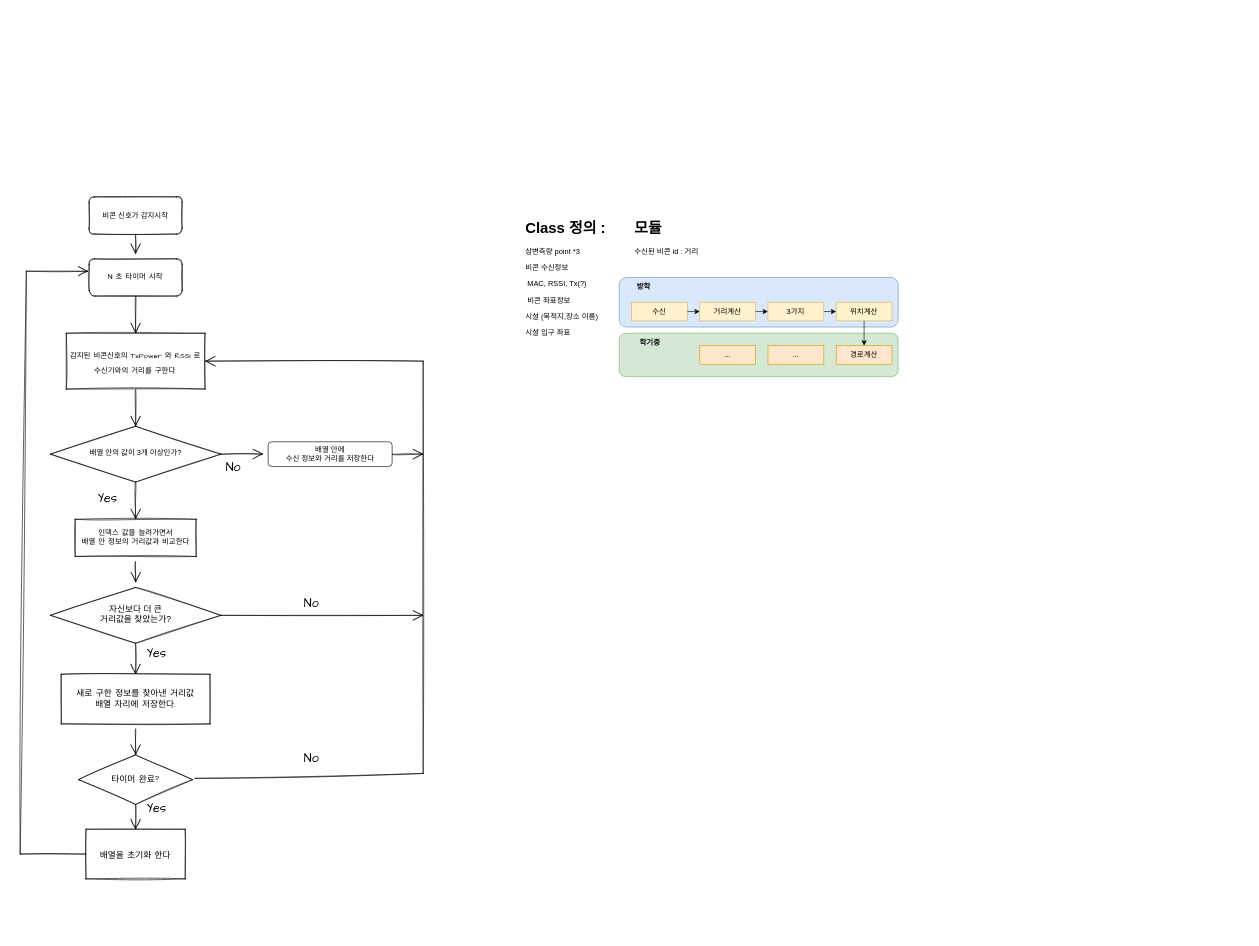
This is Untitled Diagram.drawio from alalai012/Memo, a draw.io file, before an edit. Source tidied: cells renumbered, new cells numbered last; positions are measured from the earlier drawing's top-left corner, leaving out a move shared by most shapes. Both pictures are drawn from the tidied source at 62%, with x=0, y=0 at pixel (20, 197).
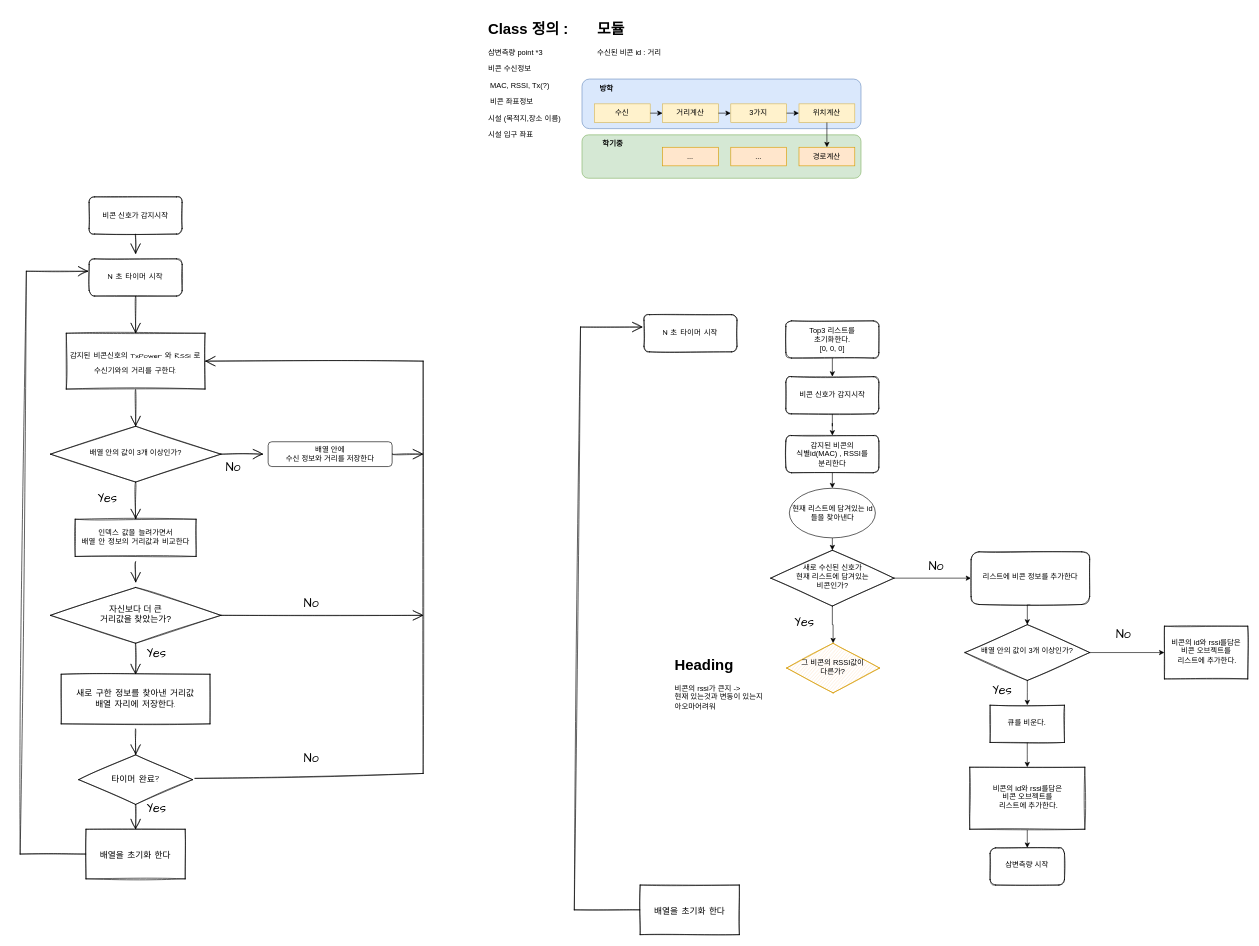
The same diagram, later.

Commit message:
오류 수정중.drawio

The edit, as a diff of the source:
```diff
@@
     <mxCell id="2" style="rounded=1;whiteSpace=wrap;html=1;fillColor=#d5e8d4;strokeColor=#82b366;" parent="1" vertex="1">
-      <mxGeometry x="966.2" y="220" width="450" height="70" as="geometry" />
+      <mxGeometry x="906.2" y="-100" width="450" height="70" as="geometry" />
     </mxCell>
     <mxCell id="3" style="rounded=1;whiteSpace=wrap;html=1;fillColor=#dae8fc;strokeColor=#6c8ebf;" parent="1" vertex="1">
-      <mxGeometry x="966.2" y="130" width="450" height="80" as="geometry" />
+      <mxGeometry x="906.2" y="-190" width="450" height="80" as="geometry" />
     </mxCell>
@@
     <mxCell id="34" value="&lt;h1&gt;Class 정의 :&lt;/h1&gt;&lt;p&gt;삼변측량 point *3&lt;/p&gt;&lt;p&gt;비콘 수신정보&lt;/p&gt;&lt;p&gt;&lt;span style=&quot;white-space: pre&quot;&gt; &lt;/span&gt;MAC, RSSI, Tx(?)&lt;br&gt;&lt;/p&gt;&lt;p&gt;&lt;span style=&quot;white-space: pre&quot;&gt; &lt;/span&gt;비콘 좌표정보&lt;br&gt;&lt;/p&gt;&lt;p&gt;시설 (목적지,장소 이름)&lt;/p&gt;&lt;p&gt;시설 입구 좌표&lt;/p&gt;" style="text;html=1;strokeColor=none;fillColor=none;spacing=5;spacingTop=-20;whiteSpace=wrap;overflow=hidden;rounded=0;" parent="1" vertex="1">
-      <mxGeometry x="810" y="30" width="190" height="260" as="geometry" />
+      <mxGeometry x="750" y="-290" width="190" height="260" as="geometry" />
     </mxCell>
     <mxCell id="35" value="&lt;h1&gt;모듈&lt;/h1&gt;&lt;p&gt;수신된 비콘 id : 거리&lt;/p&gt;" style="text;html=1;strokeColor=none;fillColor=none;spacing=5;spacingTop=-20;whiteSpace=wrap;overflow=hidden;rounded=0;" parent="1" vertex="1">
-      <mxGeometry x="986.2" y="30" width="190" height="120" as="geometry" />
+      <mxGeometry x="926.2" y="-290" width="190" height="120" as="geometry" />
     </mxCell>
     <mxCell id="36" style="group;" parent="1" vertex="1">
-      <mxGeometry x="986.2" y="170" width="420" height="30" as="geometry" />
+      <mxGeometry x="926.2" y="-150" width="420" height="30" as="geometry" />
     </mxCell>
@@
     <mxCell id="44" value="경로계산" style="rounded=0;whiteSpace=wrap;html=1;fillColor=#ffe6cc;strokeColor=#d79b00;" parent="1" vertex="1">
-      <mxGeometry x="1316.2" y="240" width="90" height="30" as="geometry" />
+      <mxGeometry x="1256.2" y="-80" width="90" height="30" as="geometry" />
     </mxCell>
@@
     <mxCell id="46" value="&lt;b&gt;방학&lt;/b&gt;" style="text;html=1;strokeColor=none;fillColor=none;align=center;verticalAlign=middle;whiteSpace=wrap;rounded=0;" parent="1" vertex="1">
-      <mxGeometry x="976.2" y="130" width="60" height="30" as="geometry" />
+      <mxGeometry x="916.2" y="-190" width="60" height="30" as="geometry" />
     </mxCell>
     <mxCell id="47" value="&lt;b&gt;학기중&lt;/b&gt;" style="text;html=1;strokeColor=none;fillColor=none;align=center;verticalAlign=middle;whiteSpace=wrap;rounded=0;" parent="1" vertex="1">
-      <mxGeometry x="986.2" y="220" width="60" height="30" as="geometry" />
+      <mxGeometry x="926.2" y="-100" width="60" height="30" as="geometry" />
     </mxCell>
     <mxCell id="48" value="..." style="rounded=0;whiteSpace=wrap;html=1;fillColor=#ffe6cc;strokeColor=#d79b00;" parent="1" vertex="1">
-      <mxGeometry x="1206.2" y="240" width="90" height="30" as="geometry" />
+      <mxGeometry x="1146.2" y="-80" width="90" height="30" as="geometry" />
     </mxCell>
     <mxCell id="49" value="..." style="rounded=0;whiteSpace=wrap;html=1;fillColor=#ffe6cc;strokeColor=#d79b00;" parent="1" vertex="1">
-      <mxGeometry x="1096.2" y="240" width="90" height="30" as="geometry" />
+      <mxGeometry x="1036.2" y="-80" width="90" height="30" as="geometry" />
     </mxCell>
+    <mxCell id="50" style="edgeStyle=orthogonalEdgeStyle;rounded=0;jettySize=auto;html=1;exitX=0.5;exitY=1;exitDx=0;exitDy=0;" parent="1" edge="1" source="51" target="59">
+      <mxGeometry relative="1" as="geometry" />
+    </mxCell>
+    <mxCell id="51" value="비콘 신호가 감지시작" style="rounded=1;whiteSpace=wrap;html=1;fontSize=12;glass=0;strokeWidth=1;shadow=0;sketch=1;" parent="1" vertex="1">
+      <mxGeometry x="1235" y="290" width="150" height="60" as="geometry" />
+    </mxCell>
+    <mxCell id="52" value="N 초 타이머 시작" style="rounded=1;whiteSpace=wrap;html=1;fontSize=12;glass=0;strokeWidth=1;shadow=0;sketch=1;hachureGap=4;fontFamily=Architects Daughter;" parent="1" vertex="1">
+      <mxGeometry x="1006.2" y="190" width="150" height="60" as="geometry" />
+    </mxCell>
+    <mxCell id="53" style="edgeStyle=none;rounded=0;sketch=1;hachureGap=4;jettySize=auto;html=1;fontFamily=Architects Daughter;fontSize=11;endArrow=open;startSize=14;endSize=14;sourcePerimeterSpacing=8;targetPerimeterSpacing=8;exitX=0;exitY=0.5;exitDx=0;exitDy=0;" parent="1" edge="1" source="54">
+      <mxGeometry relative="1" as="geometry">
+        <mxPoint x="1003.8" y="210" as="targetPoint" />
+        <Array as="points">
+          <mxPoint x="893.8" y="1150" />
+          <mxPoint x="903.8" y="210" />
+        </Array>
+      </mxGeometry>
+    </mxCell>
+    <mxCell id="54" value="&lt;font style=&quot;font-size: 14px&quot;&gt;배열을 초기화 한다&lt;/font&gt;" style="rounded=0;whiteSpace=wrap;html=1;sketch=1;hachureGap=4;fontFamily=Architects Daughter;fontSize=20;" parent="1" vertex="1">
+      <mxGeometry x="1000" y="1110" width="160" height="80" as="geometry" />
+    </mxCell>
+    <mxCell id="55" style="edgeStyle=orthogonalEdgeStyle;rounded=0;jettySize=auto;html=1;" parent="1" edge="1" source="57" target="72">
+      <mxGeometry relative="1" as="geometry" />
+    </mxCell>
+    <mxCell id="56" style="edgeStyle=orthogonalEdgeStyle;rounded=0;jettySize=auto;html=1;" parent="1" edge="1" source="57" target="74">
+      <mxGeometry relative="1" as="geometry" />
+    </mxCell>
+    <mxCell id="57" value="배열 안의 값이 3개 이상인가?" style="rhombus;whiteSpace=wrap;html=1;shadow=0;fontFamily=Helvetica;fontSize=12;align=center;strokeWidth=1;spacing=6;spacingTop=-4;sketch=1;" parent="1" vertex="1">
+      <mxGeometry x="1523.8" y="690" width="201.3" height="90" as="geometry" />
+    </mxCell>
+    <mxCell id="58" style="edgeStyle=orthogonalEdgeStyle;rounded=0;jettySize=auto;html=1;exitX=0.5;exitY=1;exitDx=0;exitDy=0;entryX=0.5;entryY=0;entryDx=0;entryDy=0;" parent="1" edge="1" source="59" target="66">
+      <mxGeometry relative="1" as="geometry" />
+    </mxCell>
+    <mxCell id="59" value="감지된 비콘의&lt;br&gt;식별id(MAC) , RSSI를&lt;br&gt;분리한다" style="rounded=1;whiteSpace=wrap;html=1;fontSize=12;glass=0;strokeWidth=1;shadow=0;sketch=1;" parent="1" vertex="1">
+      <mxGeometry x="1235" y="385" width="150" height="60" as="geometry" />
+    </mxCell>
+    <mxCell id="60" style="edgeStyle=orthogonalEdgeStyle;rounded=0;jettySize=auto;html=1;" parent="1" edge="1" source="62" target="68">
+      <mxGeometry relative="1" as="geometry" />
+    </mxCell>
+    <mxCell id="61" style="edgeStyle=orthogonalEdgeStyle;rounded=0;jettySize=auto;html=1;" parent="1" edge="1" source="62" target="79">
+      <mxGeometry relative="1" as="geometry" />
+    </mxCell>
+    <mxCell id="62" value="새로 수신된 신호가&lt;br&gt;현재 리스트에 담겨있는&lt;br&gt;비콘인가?" style="rhombus;whiteSpace=wrap;html=1;shadow=0;fontFamily=Helvetica;fontSize=12;align=center;strokeWidth=1;spacing=6;spacingTop=-4;sketch=1;" parent="1" vertex="1">
+      <mxGeometry x="1210.6" y="570" width="198.8" height="90" as="geometry" />
+    </mxCell>
+    <mxCell id="63" style="edgeStyle=orthogonalEdgeStyle;rounded=0;jettySize=auto;html=1;exitX=0.5;exitY=1;exitDx=0;exitDy=0;entryX=0.5;entryY=0;entryDx=0;entryDy=0;" parent="1" edge="1" source="64" target="51">
+      <mxGeometry relative="1" as="geometry" />
+    </mxCell>
+    <mxCell id="64" value="Top3 리스트를&lt;br&gt;초기화한다.&lt;br&gt;[0, 0, 0]" style="rounded=1;whiteSpace=wrap;html=1;fontSize=12;glass=0;strokeWidth=1;shadow=0;sketch=1;" parent="1" vertex="1">
+      <mxGeometry x="1235" y="200" width="150" height="60" as="geometry" />
+    </mxCell>
+    <mxCell id="65" style="edgeStyle=orthogonalEdgeStyle;rounded=0;jettySize=auto;html=1;exitX=0.5;exitY=1;exitDx=0;exitDy=0;entryX=0.5;entryY=0;entryDx=0;entryDy=0;" parent="1" edge="1" source="66" target="62">
+      <mxGeometry relative="1" as="geometry" />
+    </mxCell>
+    <mxCell id="66" value="현재 리스트에 담겨있는 id 들을 찾아낸다" style="ellipse;whiteSpace=wrap;html=1;" parent="1" vertex="1">
+      <mxGeometry x="1240.6" y="470" width="138.8" height="80" as="geometry" />
+    </mxCell>
+    <mxCell id="67" style="edgeStyle=orthogonalEdgeStyle;rounded=0;jettySize=auto;html=1;exitX=0.5;exitY=1;exitDx=0;exitDy=0;entryX=0.5;entryY=0;entryDx=0;entryDy=0;" parent="1" edge="1" source="68" target="57">
+      <mxGeometry relative="1" as="geometry" />
+    </mxCell>
+    <mxCell id="68" value="리스트에 비콘 정보를 추가한다" style="whiteSpace=wrap;html=1;shadow=0;strokeWidth=1;spacing=6;spacingTop=-4;sketch=1;rounded=1;" parent="1" vertex="1">
+      <mxGeometry x="1533.8" y="572.5" width="191.2" height="85" as="geometry" />
+    </mxCell>
+    <mxCell id="69" value="Yes" style="text;strokeColor=none;fillColor=none;html=1;align=center;verticalAlign=middle;whiteSpace=wrap;rounded=0;sketch=1;hachureGap=4;fontFamily=Architects Daughter;fontSize=20;" parent="1" vertex="1">
+      <mxGeometry x="1235" y="670" width="60" height="30" as="geometry" />
+    </mxCell>
+    <mxCell id="70" value="No" style="text;strokeColor=none;fillColor=none;html=1;align=center;verticalAlign=middle;whiteSpace=wrap;rounded=0;sketch=1;hachureGap=4;fontFamily=Architects Daughter;fontSize=20;" parent="1" vertex="1">
+      <mxGeometry x="1447.5" y="580" width="60" height="30" as="geometry" />
+    </mxCell>
+    <mxCell id="71" style="edgeStyle=orthogonalEdgeStyle;rounded=0;jettySize=auto;html=1;" parent="1" edge="1" source="72" target="76">
+      <mxGeometry relative="1" as="geometry" />
+    </mxCell>
+    <mxCell id="72" value="큐를 비운다." style="whiteSpace=wrap;html=1;shadow=0;strokeWidth=1;spacing=6;spacingTop=-4;sketch=1;" parent="1" vertex="1">
+      <mxGeometry x="1564.4" y="820" width="120" height="60" as="geometry" />
+    </mxCell>
+    <mxCell id="73" value="Yes" style="text;strokeColor=none;fillColor=none;html=1;align=center;verticalAlign=middle;whiteSpace=wrap;rounded=0;sketch=1;hachureGap=4;fontFamily=Architects Daughter;fontSize=20;" parent="1" vertex="1">
+      <mxGeometry x="1554" y="780" width="60" height="30" as="geometry" />
+    </mxCell>
+    <mxCell id="74" value="&lt;span&gt;비콘의 id와 rssi를담은&lt;/span&gt;&lt;br&gt;&lt;span&gt;비콘 오브젝트를&lt;/span&gt;&lt;br&gt;&lt;span&gt;&amp;nbsp;리스트에 추가한다.&lt;/span&gt;" style="whiteSpace=wrap;html=1;shadow=0;strokeWidth=1;spacing=6;spacingTop=-4;sketch=1;" parent="1" vertex="1">
+      <mxGeometry x="1845.6" y="692.5" width="134.4" height="85" as="geometry" />
+    </mxCell>
+    <mxCell id="75" style="edgeStyle=orthogonalEdgeStyle;rounded=0;jettySize=auto;html=1;" parent="1" edge="1" source="76" target="78">
+      <mxGeometry relative="1" as="geometry" />
+    </mxCell>
+    <mxCell id="76" value="비콘의 id와 rssi를담은&lt;br&gt;비콘 오브젝트를&lt;br&gt;&amp;nbsp;리스트에 추가한다." style="whiteSpace=wrap;html=1;shadow=0;strokeWidth=1;spacing=6;spacingTop=-4;sketch=1;" parent="1" vertex="1">
+      <mxGeometry x="1531.6" y="920" width="185.6" height="100" as="geometry" />
+    </mxCell>
+    <mxCell id="77" value="No" style="text;strokeColor=none;fillColor=none;html=1;align=center;verticalAlign=middle;whiteSpace=wrap;rounded=0;sketch=1;hachureGap=4;fontFamily=Architects Daughter;fontSize=20;" parent="1" vertex="1">
+      <mxGeometry x="1750" y="690" width="60" height="30" as="geometry" />
+    </mxCell>
+    <mxCell id="78" value="삼변측량 시작" style="rounded=1;whiteSpace=wrap;html=1;shadow=0;strokeWidth=1;spacing=6;spacingTop=-4;sketch=1;" parent="1" vertex="1">
+      <mxGeometry x="1564.4" y="1050" width="120" height="60" as="geometry" />
+    </mxCell>
+    <mxCell id="79" value="그 비콘의 RSSI값이&lt;br&gt;다른가?" style="rhombus;whiteSpace=wrap;html=1;shadow=0;strokeWidth=1;spacing=6;spacingTop=-4;sketch=1;fillColor=#ffe6cc;strokeColor=#d79b00;" parent="1" vertex="1">
+      <mxGeometry x="1236.2" y="720" width="150" height="80" as="geometry" />
+    </mxCell>
+    <mxCell id="80" value="&lt;h1&gt;Heading&lt;/h1&gt;&lt;p&gt;비콘의 rssi가 큰지 -&amp;gt;&lt;br&gt;현재 있는것과 변동이 있는지&lt;br&gt;아오마어려워&lt;/p&gt;" style="text;html=1;strokeColor=none;fillColor=none;spacing=5;spacingTop=-20;whiteSpace=wrap;overflow=hidden;rounded=0;" parent="1" vertex="1">
+      <mxGeometry x="1050.6" y="735" width="190" height="120" as="geometry" />
+    </mxCell>
```
